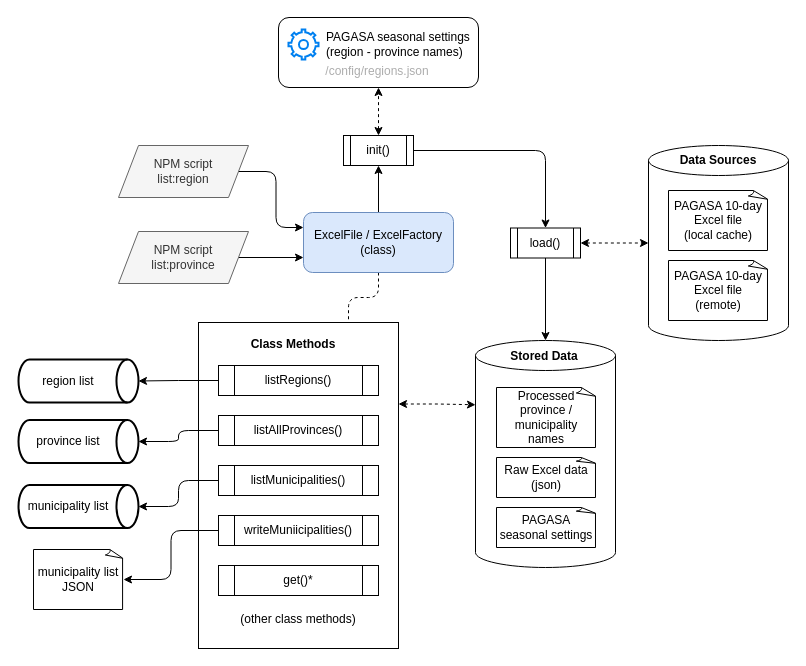
Above: docs/diagrams/ph-municipalities-arch.drawio in ciatph/ph-municipalities (draw.io), before the change. Source tidied: cells renumbered, new cells numbered last; positions are measured from the earlier drawing's top-left corner, leaving out a move shared by most shapes. Both pictures are drawn from the tidied source at 100%, with x=0, y=0 at pixel (18, 17).
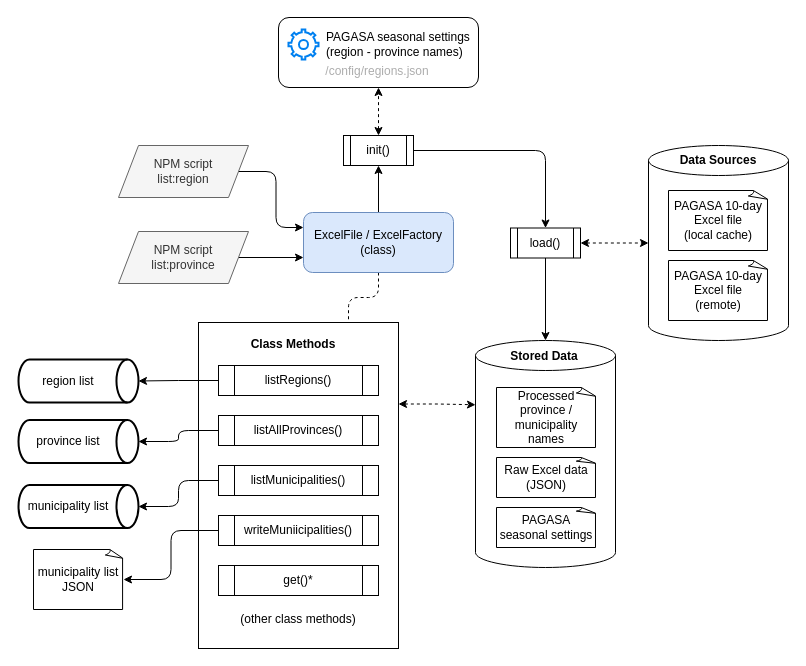
After the change.

Change to the diagram source:
```diff
@@
-    <mxCell id="20" value="Raw Excel data&lt;br&gt;(json)&lt;br&gt;" style="whiteSpace=wrap;html=1;shape=mxgraph.basic.document;" parent="1" vertex="1">
+    <mxCell id="20" value="Raw Excel data&lt;br&gt;(JSON)" style="whiteSpace=wrap;html=1;shape=mxgraph.basic.document;" parent="1" vertex="1">
       <mxGeometry x="478" y="440" width="100" height="40" as="geometry" />
     </mxCell>
```
